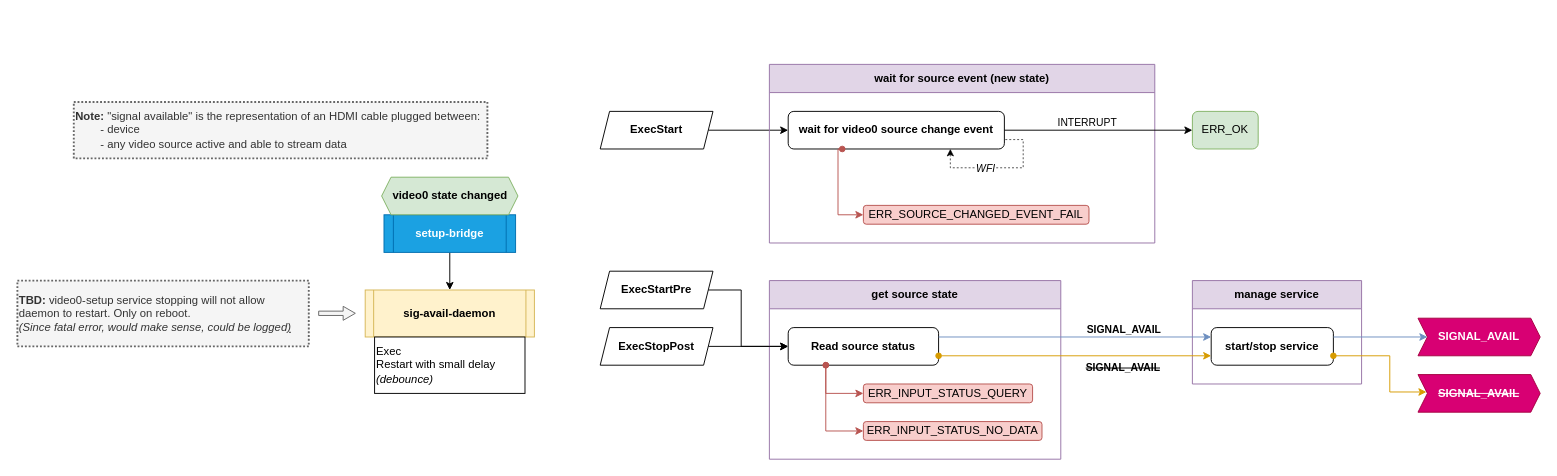
Before: page "sig-avail-daemon" (5 of 8) of docs/arch/arch.v4.drawio in repeact/embedded-sw, a draw.io diagram. Source tidied: cells renumbered, new cells numbered last; positions are measured from the earlier drawing's top-left corner, leaving out a move shared by most shapes. Both pictures are drawn from the tidied source at 94%, with x=0, y=0 at pixel (17, 64).
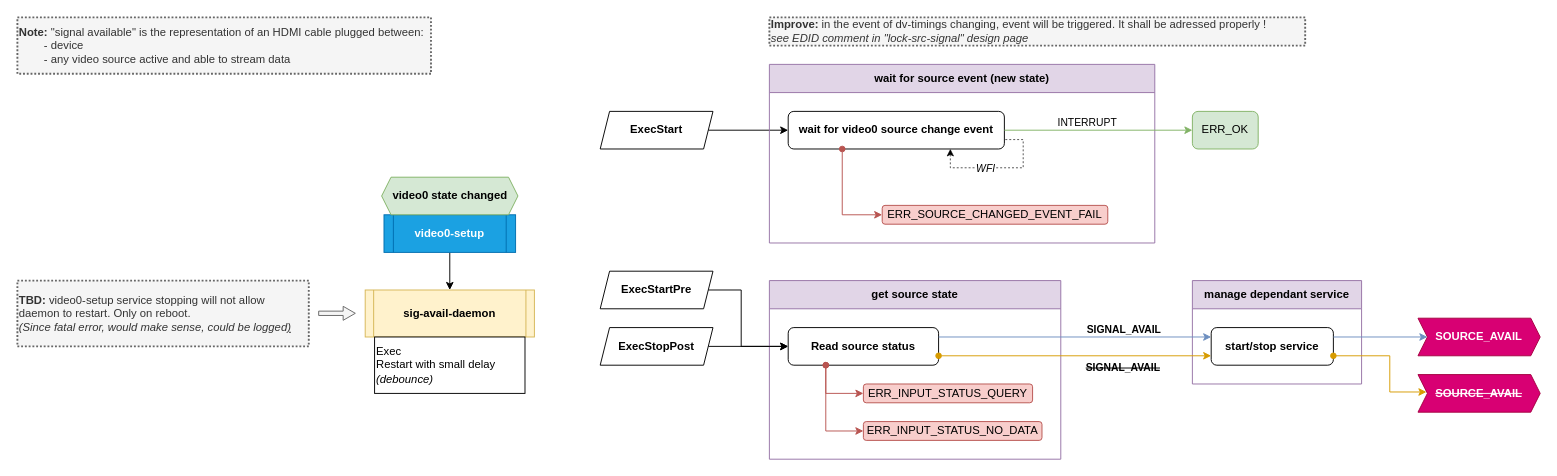
Above is the later version.

Commit message (it also covers changes not shown here):
docs(arch): add lock source signal design

The change refers to these unchanged cells:
```xml
<mxCell id="12" value="wait for source event (new state)" style="swimlane;whiteSpace=wrap;html=1;startSize=30;fillColor=#e1d5e7;strokeColor=#9673a6;" parent="1" vertex="1">
  <mxGeometry x="800" width="410" height="190" as="geometry" />
</mxCell>
<mxCell id="13" value="wait for video0 source change event" style="rounded=1;whiteSpace=wrap;html=1;fontStyle=1;" parent="12" vertex="1">
  <mxGeometry x="20" y="50" width="230" height="40" as="geometry" />
</mxCell>
<mxCell id="18" value="ERR_OK" style="rounded=1;whiteSpace=wrap;html=1;fillColor=#d5e8d4;strokeColor=#82b366;" parent="1" vertex="1">
  <mxGeometry x="1250" y="50" width="70" height="40" as="geometry" />
</mxCell>
```

What changed in the source:
```diff
@@
-    <mxCell id="4" value="&lt;b style=&quot;font-size: 12px;&quot;&gt;setup-bridge&lt;/b&gt;" style="shape=process;whiteSpace=wrap;html=1;backgroundOutline=1;size=0.07142857142857142;strokeWidth=1;fontSize=8;fillColor=#1ba1e2;fontColor=#FFFFFF;strokeColor=#006EAF;" parent="1" vertex="1">
+    <mxCell id="4" value="&lt;b style=&quot;font-size: 12px;&quot;&gt;video0-setup&lt;/b&gt;" style="shape=process;whiteSpace=wrap;html=1;backgroundOutline=1;size=0.07142857142857142;strokeWidth=1;fontSize=8;fillColor=#1ba1e2;fontColor=#FFFFFF;strokeColor=#006EAF;" parent="1" vertex="1">
       <mxGeometry x="390" y="160" width="140" height="40" as="geometry" />
     </mxCell>
-    <mxCell id="5" value="&lt;b&gt;SIGNAL_AVAIL&lt;/b&gt;" style="shape=step;perimeter=stepPerimeter;whiteSpace=wrap;html=1;fixedSize=1;size=10;fillColor=#d80073;strokeColor=#A50040;fontColor=#ffffff;" parent="1" vertex="1">
+    <mxCell id="5" value="&lt;b&gt;SOURCE_AVAIL&lt;/b&gt;" style="shape=step;perimeter=stepPerimeter;whiteSpace=wrap;html=1;fixedSize=1;size=10;fillColor=#d80073;strokeColor=#A50040;fontColor=#ffffff;" parent="1" vertex="1">
       <mxGeometry x="1490" y="270" width="130" height="40" as="geometry" />
     </mxCell>
-    <mxCell id="6" value="&lt;b&gt;&lt;strike&gt;SIGNAL_AVAIL&lt;/strike&gt;&lt;/b&gt;" style="shape=step;perimeter=stepPerimeter;whiteSpace=wrap;html=1;fixedSize=1;size=10;fillColor=#d80073;strokeColor=#A50040;fontColor=#ffffff;" parent="1" vertex="1">
+    <mxCell id="6" value="&lt;b&gt;&lt;strike&gt;SOURCE_AVAIL&lt;/strike&gt;&lt;/b&gt;" style="shape=step;perimeter=stepPerimeter;whiteSpace=wrap;html=1;fixedSize=1;size=10;fillColor=#d80073;strokeColor=#A50040;fontColor=#ffffff;" parent="1" vertex="1">
       <mxGeometry x="1490" y="330" width="130" height="40" as="geometry" />
     </mxCell>
@@
     <mxCell id="16" value="ERR_SOURCE_CHANGED_EVENT_FAIL" style="rounded=1;whiteSpace=wrap;html=1;fillColor=#f8cecc;strokeColor=#b85450;" parent="12" vertex="1">
-      <mxGeometry x="100" y="150" width="240" height="20" as="geometry" />
+      <mxGeometry x="120" y="150" width="240" height="20" as="geometry" />
     </mxCell>
     <mxCell id="17" style="edgeStyle=orthogonalEdgeStyle;rounded=0;jettySize=auto;html=1;startArrow=oval;startFill=1;fillColor=#f8cecc;strokeColor=#b85450;entryX=0;entryY=0.5;entryDx=0;entryDy=0;exitX=0.25;exitY=1;exitDx=0;exitDy=0;" parent="12" edge="1" source="13" target="16">
       <mxGeometry relative="1" as="geometry">
         <Array as="points">
-          <mxPoint x="73" y="160" />
+          <mxPoint x="77" y="160" />
         </Array>
       </mxGeometry>
     </mxCell>
@@
-    <mxCell id="19" style="edgeStyle=orthogonalEdgeStyle;rounded=0;jettySize=auto;html=1;exitX=1;exitY=0.5;exitDx=0;exitDy=0;entryX=0;entryY=0.5;entryDx=0;entryDy=0;" parent="1" edge="1" source="13" target="18">
+    <mxCell id="19" style="edgeStyle=orthogonalEdgeStyle;rounded=0;jettySize=auto;html=1;exitX=1;exitY=0.5;exitDx=0;exitDy=0;entryX=0;entryY=0.5;entryDx=0;entryDy=0;fillColor=#d5e8d4;strokeColor=#82b366;" parent="1" edge="1" source="13" target="18">
       <mxGeometry relative="1" as="geometry" />
     </mxCell>
@@
-    <mxCell id="27" value="manage service" style="swimlane;whiteSpace=wrap;html=1;startSize=30;fillColor=#e1d5e7;strokeColor=#9673a6;" parent="1" vertex="1">
+    <mxCell id="27" value="manage dependant service" style="swimlane;whiteSpace=wrap;html=1;startSize=30;fillColor=#e1d5e7;strokeColor=#9673a6;" parent="1" vertex="1">
       <mxGeometry x="1250" y="230" width="180" height="110" as="geometry" />
     </mxCell>
@@
     <mxCell id="35" value="&lt;div style=&quot;&quot;&gt;&lt;font style=&quot;&quot;&gt;&lt;font&gt;Note: &lt;span style=&quot;font-weight: 400;&quot;&gt;&quot;signal available&quot; is the representation of an HDMI cable plugged between:&lt;br&gt;&lt;/span&gt;&lt;span style=&quot;font-weight: 400; background-color: transparent; color: light-dark(rgb(51, 51, 51), rgb(193, 193, 193));&quot;&gt;&lt;span style=&quot;white-space: pre;&quot;&gt;&#9;&lt;/span&gt;- device&lt;br&gt;&lt;/span&gt;&lt;/font&gt;&lt;/font&gt;&lt;span style=&quot;background-color: transparent; color: light-dark(rgb(51, 51, 51), rgb(193, 193, 193)); font-weight: 400;&quot;&gt;&lt;span style=&quot;white-space: pre;&quot;&gt;&#9;&lt;/span&gt;- any video source active and able to stream data&lt;/span&gt;&lt;/div&gt;" style="rounded=0;whiteSpace=wrap;html=1;fillColor=#f5f5f5;strokeColor=#666666;fontStyle=1;align=left;fontColor=#333333;strokeWidth=2;dashed=1;dashPattern=1 1;" parent="1" vertex="1">
-      <mxGeometry x="60" y="40" width="440" height="60" as="geometry" />
+      <mxGeometry y="-50" width="440" height="60" as="geometry" />
     </mxCell>
@@
+    <mxCell id="41" value="&lt;div style=&quot;&quot;&gt;Improve: &lt;span style=&quot;font-weight: normal;&quot;&gt;in the event of dv-timings changing, event will be triggered. It shall be adressed properly !&lt;/span&gt;&lt;/div&gt;&lt;div style=&quot;&quot;&gt;&lt;span style=&quot;font-weight: normal;&quot;&gt;&lt;i&gt;see EDID comment in &quot;lock-src-signal&quot; design page&lt;/i&gt;&lt;/span&gt;&lt;/div&gt;" style="rounded=0;whiteSpace=wrap;html=1;fillColor=#f5f5f5;strokeColor=#666666;fontStyle=1;align=left;fontColor=#333333;strokeWidth=2;dashed=1;dashPattern=1 1;" parent="1" vertex="1">
+      <mxGeometry x="800" y="-50" width="570" height="30" as="geometry" />
+    </mxCell>
```
